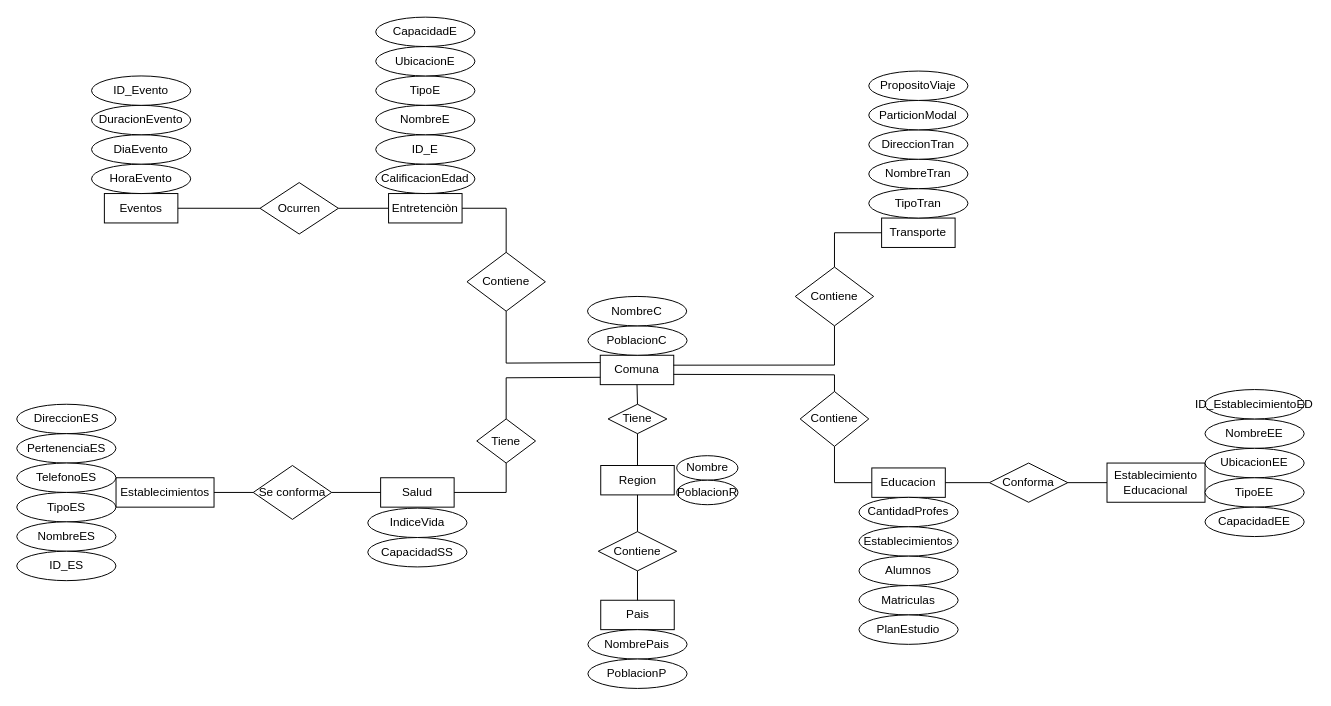
Earlier version of the draw.io diagram Parte B/Parte_B.drawio (M4Thiassinh/INFO133-Equipo15). Source tidied: cells renumbered, new cells numbered last; positions are measured from the earlier drawing's top-left corner, leaving out a move shared by most shapes. Both pictures are drawn from the tidied source at 98%, with x=0, y=0 at pixel (17, 17).
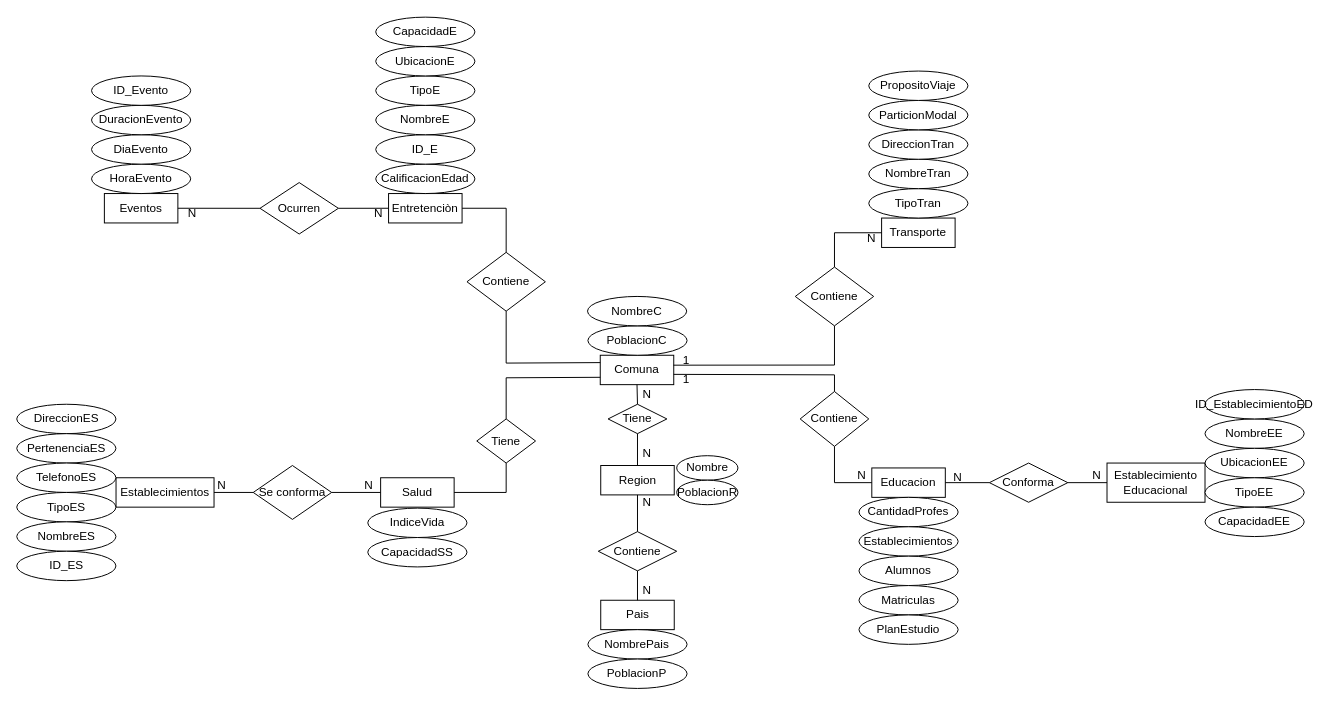
Above is the later version.

Change to the diagram source:
```diff
@@
+    <mxCell id="78" value="1" style="text;html=1;strokeColor=none;fillColor=none;align=center;verticalAlign=middle;whiteSpace=wrap;rounded=0;" parent="1" vertex="1">
+      <mxGeometry x="673" y="345" width="20" height="10" as="geometry" />
+    </mxCell>
+    <mxCell id="79" value="N" style="text;html=1;strokeColor=none;fillColor=none;align=center;verticalAlign=middle;whiteSpace=wrap;rounded=0;" parent="1" vertex="1">
+      <mxGeometry x="862.1" y="221.2" width="20" height="10" as="geometry" />
+    </mxCell>
+    <mxCell id="80" value="N" style="text;html=1;strokeColor=none;fillColor=none;align=center;verticalAlign=middle;whiteSpace=wrap;rounded=0;" parent="1" vertex="1">
+      <mxGeometry x="852.1" y="462.5" width="20" height="10" as="geometry" />
+    </mxCell>
+    <mxCell id="81" value="1" style="text;html=1;strokeColor=none;fillColor=none;align=center;verticalAlign=middle;whiteSpace=wrap;rounded=0;" parent="1" vertex="1">
+      <mxGeometry x="673" y="365" width="20" height="10" as="geometry" />
+    </mxCell>
+    <mxCell id="82" value="N" style="text;html=1;strokeColor=none;fillColor=none;align=center;verticalAlign=middle;whiteSpace=wrap;rounded=0;" parent="1" vertex="1">
+      <mxGeometry x="633" y="580" width="20" height="10" as="geometry" />
+    </mxCell>
+    <mxCell id="83" value="N" style="text;html=1;strokeColor=none;fillColor=none;align=center;verticalAlign=middle;whiteSpace=wrap;rounded=0;" parent="1" vertex="1">
+      <mxGeometry x="633" y="490" width="20" height="10" as="geometry" />
+    </mxCell>
+    <mxCell id="84" value="N" style="text;html=1;strokeColor=none;fillColor=none;align=center;verticalAlign=middle;whiteSpace=wrap;rounded=0;" parent="1" vertex="1">
+      <mxGeometry x="633" y="440" width="20" height="10" as="geometry" />
+    </mxCell>
+    <mxCell id="85" value="N" style="text;html=1;strokeColor=none;fillColor=none;align=center;verticalAlign=middle;whiteSpace=wrap;rounded=0;" parent="1" vertex="1">
+      <mxGeometry x="633" y="380" width="20" height="10" as="geometry" />
+    </mxCell>
+    <mxCell id="86" value="N" style="text;html=1;strokeColor=none;fillColor=none;align=center;verticalAlign=middle;whiteSpace=wrap;rounded=0;" parent="1" vertex="1">
+      <mxGeometry x="950.2" y="465" width="20" height="10" as="geometry" />
+    </mxCell>
+    <mxCell id="87" value="N" style="text;html=1;strokeColor=none;fillColor=none;align=center;verticalAlign=middle;whiteSpace=wrap;rounded=0;" parent="1" vertex="1">
+      <mxGeometry x="1092.1" y="462.5" width="20" height="10" as="geometry" />
+    </mxCell>
+    <mxCell id="88" value="N" style="text;html=1;strokeColor=none;fillColor=none;align=center;verticalAlign=middle;whiteSpace=wrap;rounded=0;" parent="1" vertex="1">
+      <mxGeometry x="349" y="190" width="40" height="20" as="geometry" />
+    </mxCell>
+    <mxCell id="89" value="N" style="text;html=1;strokeColor=none;fillColor=none;align=center;verticalAlign=middle;whiteSpace=wrap;rounded=0;" parent="1" vertex="1">
+      <mxGeometry x="159" y="190" width="40" height="20" as="geometry" />
+    </mxCell>
+    <mxCell id="90" value="N" style="text;html=1;strokeColor=none;fillColor=none;align=center;verticalAlign=middle;whiteSpace=wrap;rounded=0;" parent="1" vertex="1">
+      <mxGeometry x="189" y="467.5" width="40" height="20" as="geometry" />
+    </mxCell>
+    <mxCell id="91" value="N" style="text;html=1;strokeColor=none;fillColor=none;align=center;verticalAlign=middle;whiteSpace=wrap;rounded=0;" parent="1" vertex="1">
+      <mxGeometry x="339" y="467.5" width="40" height="20" as="geometry" />
+    </mxCell>
```
